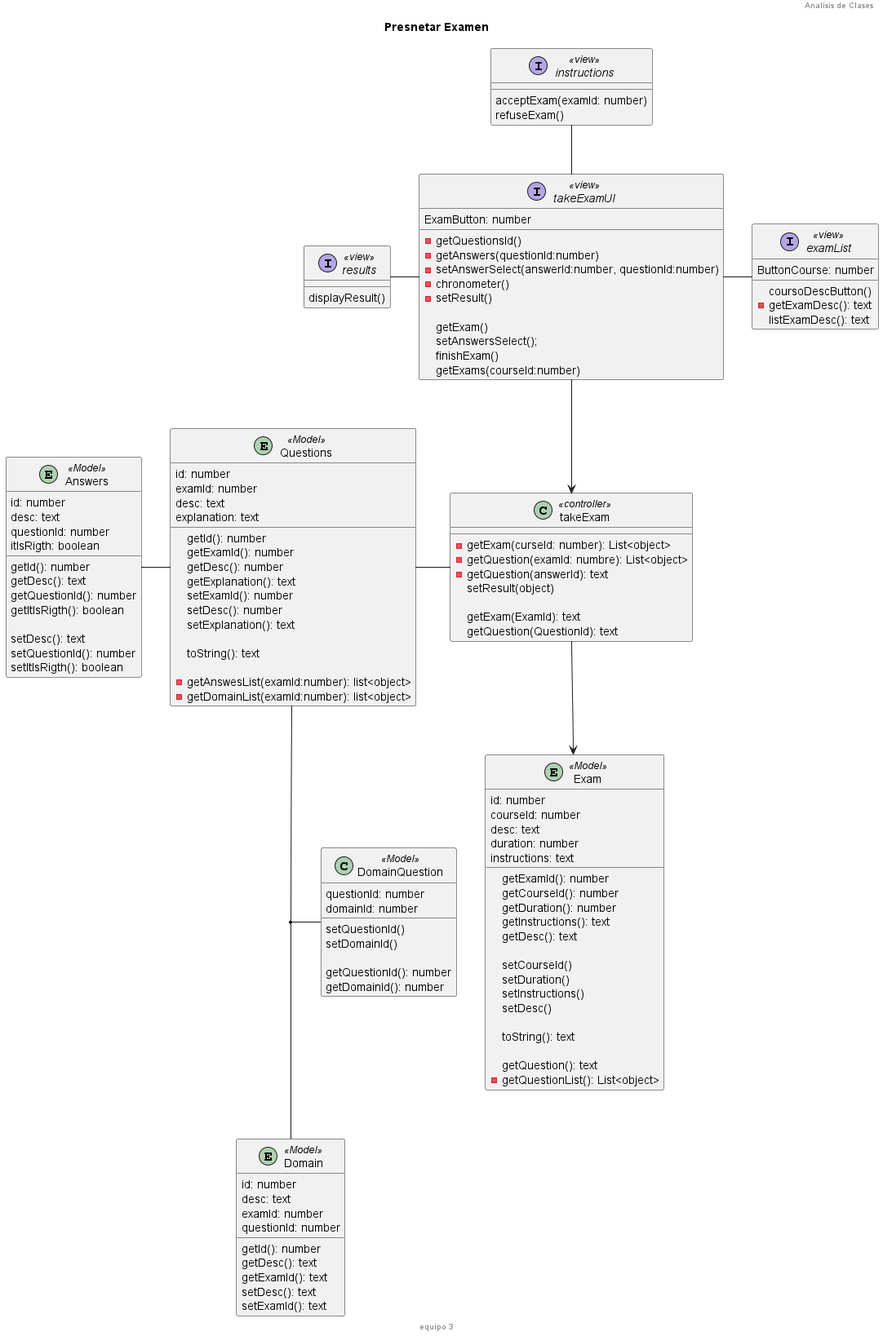
This is docs/logicalView/Analisis/ClasesAnalisis/analisisDeClases_presentarExamen.png from febres35/EdTech_IS, a PlantUML export, as it was before one commit.
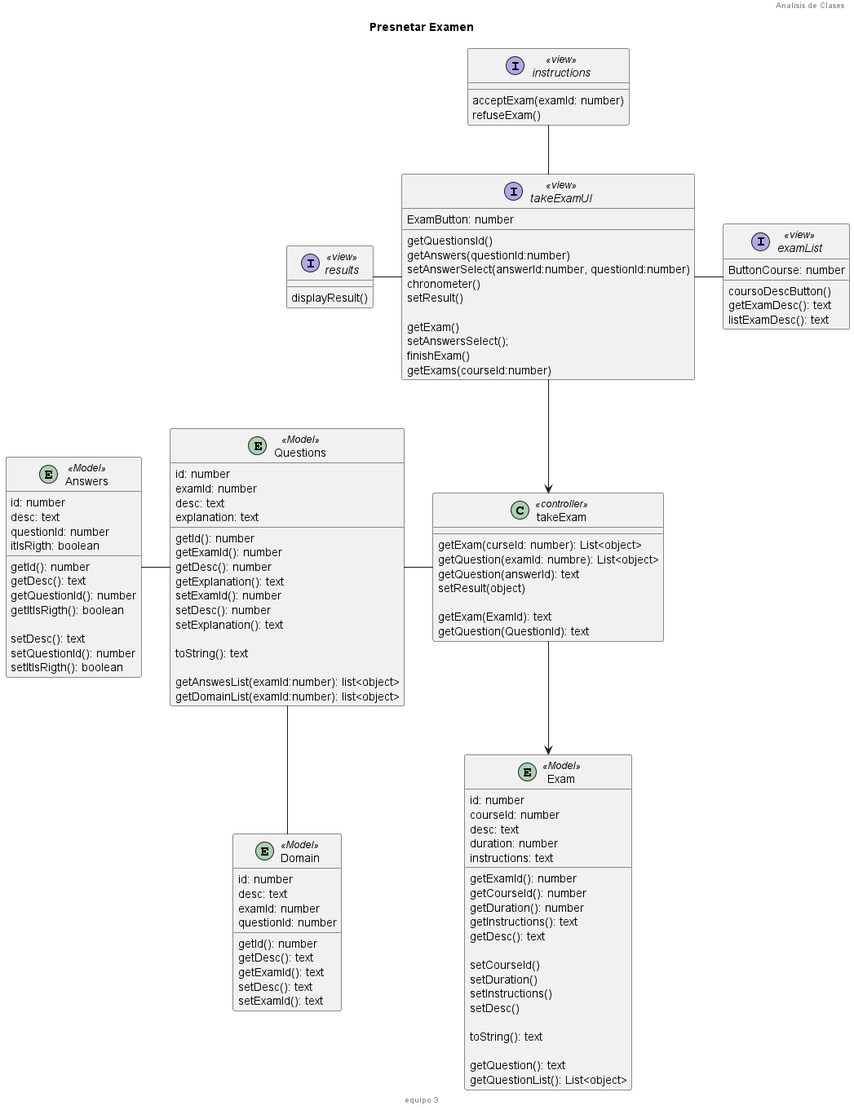
After the change.

Commit message:
cambos en el diagrama presentar examen

The edit, as a diff of the source:
```diff
@@ -7,7 +7,7 @@
 interface examList<<view>>{
     ButtonCourse: number
     coursoDescButton()
-    - getExamDesc(): text
+    getExamDesc(): text
     listExamDesc(): text
 }
 interface instructions<<view>>{
@@ -18,11 +18,11 @@
 interface takeExamUI <<view>>{
     ExamButton: number
 
-    - getQuestionsId()
-    - getAnswers(questionId:number)
-    - setAnswerSelect(answerId:number, questionId:number)
-    - chronometer()
-    - setResult()
+    getQuestionsId()
+    getAnswers(questionId:number)
+    setAnswerSelect(answerId:number, questionId:number)
+    chronometer()
+    setResult()
 
     getExam()
     setAnswersSelect();
@@ -36,9 +36,9 @@
 }
 
 class takeExam<<controller>>{
-    - getExam(curseId: number): List<object>
-    - getQuestion(examId: numbre): List<object>
-    - getQuestion(answerId): text
+    getExam(curseId: number): List<object>
+    getQuestion(examId: numbre): List<object>
+    getQuestion(answerId): text
     setResult(object)
 
     getExam(ExamId): text
@@ -68,7 +68,7 @@
     toString(): text
 
     getQuestion(): text
-    - getQuestionList(): List<object>
+    getQuestionList(): List<object>
 }
 
 entity Domain <<Model>>{
@@ -100,8 +100,8 @@
 
     toString(): text
 
-    - getAnswesList(examId:number): list<object>
-    - getDomainList(examId:number): list<object>
+    getAnswesList(examId:number): list<object>
+    getDomainList(examId:number): list<object>
 
 }
 entity Answers<<Model>>{
@@ -119,20 +119,6 @@
     setQuestionId(): number
     setItIsRigth(): boolean
 }
-class DomainQuestion<<Model>>{
-    questionId: number
-    domainId: number
-
-    setQuestionId()
-    setDomainId()
-
-    getQuestionId(): number
-    getDomainId(): number
-
-}
-
-
-(Questions, Domain) -l- DomainQuestion
 
 
 examList -l-  takeExamUI
@@ -140,8 +126,9 @@
 takeExamUI -l- results
 takeExamUI --> takeExam
 
-takeExam -->Exam
+takeExam --> Exam
 takeExam -l- Questions
 Questions -l- Answers
+Questions -- Domain
 
 @enduml
```
